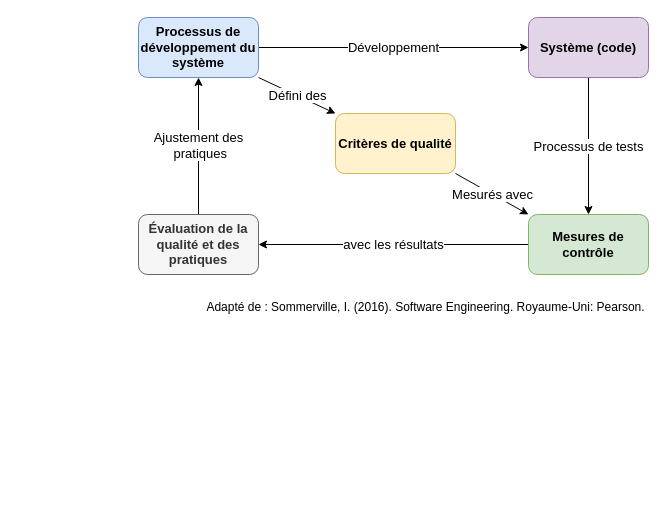
Before: projet-integrateur-1/images/tests.drawio in Cours-Alexandre-Ouellet/cours-alexandre-ouellet.github.io, a draw.io diagram. Source tidied: cells renumbered, new cells numbered last; positions are measured from the earlier drawing's top-left corner, leaving out a move shared by most shapes. Both pictures are drawn from the tidied source at 100%, with x=0, y=0 at pixel (138, 17).
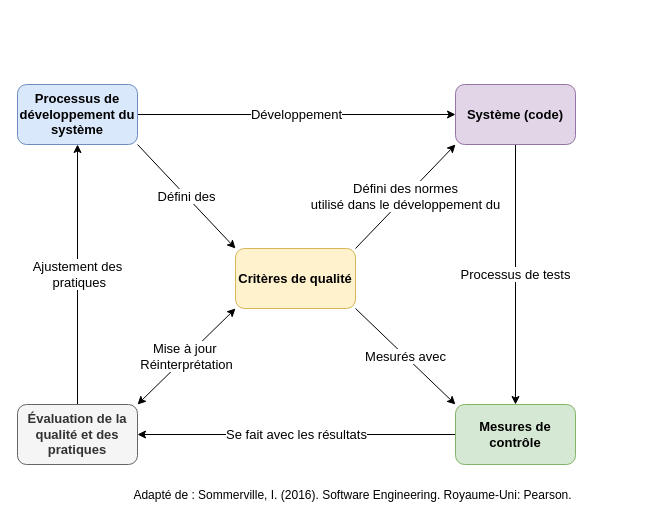
The same diagram, later.

What changed in the source:
```diff
@@
 <mxGraphModel>
   <root>
     <mxCell id="0" />
     <mxCell id="1" parent="0" />
     <mxCell id="2" value="Développement" style="edgeStyle=orthogonalEdgeStyle;rounded=0;jettySize=auto;html=1;exitX=1;exitY=0.5;exitDx=0;exitDy=0;entryX=0;entryY=0.5;entryDx=0;entryDy=0;fontSize=13;" parent="1" edge="1" source="4" target="11">
       <mxGeometry relative="1" as="geometry" />
     </mxCell>
     <mxCell id="3" value="Défini des" style="rounded=0;jettySize=auto;html=1;exitX=1;exitY=1;exitDx=0;exitDy=0;entryX=0;entryY=0;entryDx=0;entryDy=0;fontSize=13;" parent="1" edge="1" source="4" target="13">
       <mxGeometry relative="1" as="geometry" />
     </mxCell>
     <mxCell id="4" value="Processus de développement du système" style="rounded=1;whiteSpace=wrap;html=1;fontSize=13;fillColor=#dae8fc;strokeColor=#6c8ebf;fontStyle=1;" parent="1" vertex="1">
-      <mxGeometry width="120" height="60" as="geometry" />
+      <mxGeometry x="-121" y="67" width="120" height="60" as="geometry" />
     </mxCell>
     <mxCell id="5" value="Adapté de :&amp;nbsp;Sommerville, I. (2016). Software Engineering. Royaume-Uni: Pearson." style="whiteSpace=wrap;html=1;strokeColor=none;fontSize=12;" parent="1" vertex="1">
-      <mxGeometry x="65" y="283" width="445" height="13" as="geometry" />
+      <mxGeometry x="-8" y="471" width="445" height="13" as="geometry" />
     </mxCell>
-    <mxCell id="6" value="avec les résultats" style="edgeStyle=orthogonalEdgeStyle;rounded=0;jettySize=auto;html=1;exitX=0;exitY=0.5;exitDx=0;exitDy=0;entryX=1;entryY=0.5;entryDx=0;entryDy=0;fontSize=13;" parent="1" edge="1" source="7" target="9">
+    <mxCell id="6" value="Se fait avec les résultats" style="edgeStyle=orthogonalEdgeStyle;rounded=0;jettySize=auto;html=1;exitX=0;exitY=0.5;exitDx=0;exitDy=0;entryX=1;entryY=0.5;entryDx=0;entryDy=0;fontSize=13;" parent="1" edge="1" source="7" target="9">
       <mxGeometry relative="1" as="geometry" />
     </mxCell>
     <mxCell id="7" value="Mesures de contrôle" style="rounded=1;whiteSpace=wrap;html=1;fontSize=13;fillColor=#d5e8d4;strokeColor=#82b366;fontStyle=1;" parent="1" vertex="1">
-      <mxGeometry x="390" y="197" width="120" height="60" as="geometry" />
+      <mxGeometry x="317" y="387" width="120" height="60" as="geometry" />
     </mxCell>
     <mxCell id="8" value="Ajustement des&lt;div style=&quot;font-size: 13px;&quot;&gt;&amp;nbsp;pratiques&lt;/div&gt;" style="edgeStyle=orthogonalEdgeStyle;rounded=0;jettySize=auto;html=1;exitX=0.5;exitY=0;exitDx=0;exitDy=0;entryX=0.5;entryY=1;entryDx=0;entryDy=0;fontSize=13;" parent="1" edge="1" source="9" target="4">
       <mxGeometry relative="1" as="geometry" />
     </mxCell>
+    <mxCell id="14" value="Mise à jour&amp;nbsp;&lt;div style=&quot;font-size: 13px;&quot;&gt;Réinterprétation&lt;/div&gt;" style="rounded=0;jettySize=auto;html=1;exitX=1;exitY=0;exitDx=0;exitDy=0;entryX=0;entryY=1;entryDx=0;entryDy=0;startArrow=classic;startFill=1;fontSize=13;" parent="1" edge="1" source="9" target="13">
+      <mxGeometry relative="1" as="geometry" />
+    </mxCell>
     <mxCell id="9" value="Évaluation de la qualité et des pratiques" style="rounded=1;whiteSpace=wrap;html=1;fontSize=13;fillColor=#f5f5f5;fontColor=#333333;strokeColor=#666666;fontStyle=1;" parent="1" vertex="1">
-      <mxGeometry y="197" width="120" height="60" as="geometry" />
+      <mxGeometry x="-121" y="387" width="120" height="60" as="geometry" />
     </mxCell>
     <mxCell id="10" value="Processus de tests" style="edgeStyle=orthogonalEdgeStyle;rounded=0;jettySize=auto;html=1;exitX=0.5;exitY=1;exitDx=0;exitDy=0;entryX=0.5;entryY=0;entryDx=0;entryDy=0;fontSize=13;" parent="1" edge="1" source="11" target="7">
       <mxGeometry relative="1" as="geometry" />
     </mxCell>
     <mxCell id="11" value="Système (code)" style="rounded=1;whiteSpace=wrap;html=1;fontSize=13;fillColor=#e1d5e7;strokeColor=#9673a6;fontStyle=1;" parent="1" vertex="1">
-      <mxGeometry x="390" width="120" height="60" as="geometry" />
+      <mxGeometry x="317" y="67" width="120" height="60" as="geometry" />
     </mxCell>
     <mxCell id="12" value="Mesurés avec" style="rounded=0;jettySize=auto;html=1;exitX=1;exitY=1;exitDx=0;exitDy=0;entryX=0;entryY=0;entryDx=0;entryDy=0;fontSize=13;" parent="1" edge="1" source="13" target="7">
       <mxGeometry relative="1" as="geometry" />
     </mxCell>
+    <mxCell id="15" value="Défini des normes&lt;div style=&quot;font-size: 13px;&quot;&gt;utilisé dans le développement du&lt;/div&gt;" style="rounded=0;jettySize=auto;html=1;exitX=1;exitY=0;exitDx=0;exitDy=0;entryX=0;entryY=1;entryDx=0;entryDy=0;fontSize=13;" parent="1" edge="1" source="13" target="11">
+      <mxGeometry relative="1" as="geometry" />
+    </mxCell>
     <mxCell id="13" value="Critères de qualité" style="rounded=1;whiteSpace=wrap;html=1;fontSize=13;fillColor=#fff2cc;strokeColor=#d6b656;fontStyle=1;" parent="1" vertex="1">
-      <mxGeometry x="197" y="96" width="120" height="60" as="geometry" />
+      <mxGeometry x="97" y="231" width="120" height="60" as="geometry" />
     </mxCell>
   </root>
 </mxGraphModel>
```
